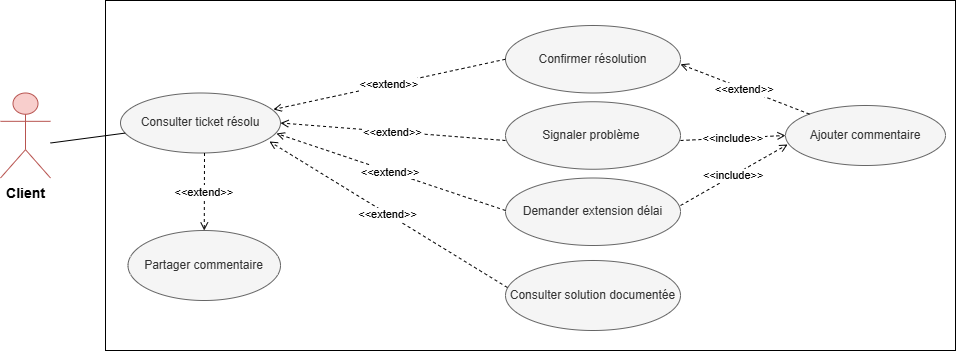
Above: Images/cloturer_ticket.png in rihab-dev/Rapport-PFE (draw.io), before the change. Source tidied: cells renumbered, new cells last; positions are measured from the earlier drawing's top-left corner, leaving out a move shared by most shapes.
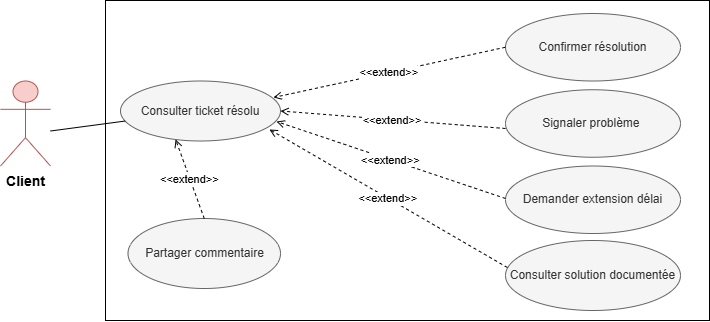
The same file after the commit.

Change to the diagram source:
```diff
@@ -8,55 +8,35 @@
     <mxCell id="3" value="Confirmer résolution" style="ellipse;whiteSpace=wrap;fillColor=#f5f5f5;fontColor=#333333;strokeColor=#666666;" parent="1" vertex="1">
       <mxGeometry x="505" y="25" width="175" height="67.5" as="geometry" />
     </mxCell>
-    <mxCell id="4" style="edgeStyle=none;endArrow=none;endFill=0;" parent="1" edge="1" target="2">
-      <mxGeometry relative="1" as="geometry">
-        <mxPoint x="50" y="142.5" as="sourcePoint" />
-      </mxGeometry>
-    </mxCell>
+    <mxCell id="20" style="edgeStyle=none;endArrow=none;endFill=0;" parent="1" edge="1" target="2">
+      <mxGeometry relative="1" as="geometry">
+        <mxPoint x="50" y="142.5" as="sourcePoint" />
+      </mxGeometry>
+    </mxCell>
     <mxCell id="5" value="&lt;&lt;extend&gt;&gt;" style="edgeStyle=none;dashed=1;endArrow=open;entryX=0.956;entryY=0.275;entryDx=0;entryDy=0;entryPerimeter=0;exitX=0;exitY=0.5;exitDx=0;exitDy=0;" parent="1" edge="1" source="3" target="2">
       <mxGeometry relative="1" as="geometry" />
     </mxCell>
     <mxCell id="6" value="&lt;font style=&quot;font-size: 14px;&quot;&gt;&lt;b style=&quot;&quot;&gt;Client&lt;/b&gt;&lt;/font&gt;" style="shape=umlActor;verticalLabelPosition=bottom;verticalAlign=top;html=1;fillColor=#f8cecc;strokeColor=#b85450;" parent="1" vertex="1">
       <mxGeometry y="92.5" width="50" height="85" as="geometry" />
     </mxCell>
-    <mxCell id="7" style="rounded=0;whiteSpace=wrap;html=1;fillColor=none;" parent="1" vertex="1">
-      <mxGeometry x="105" width="850" height="350" as="geometry" />
-    </mxCell>
+    <mxCell id="21" style="rounded=0;whiteSpace=wrap;html=1;fillColor=none;" parent="1" vertex="1">
+      <mxGeometry x="105" y="12" width="604" height="320" as="geometry" />
+    </mxCell>
     <mxCell id="8" value="Signaler problème " style="ellipse;whiteSpace=wrap;fillColor=#f5f5f5;fontColor=#333333;strokeColor=#666666;" parent="1" vertex="1">
       <mxGeometry x="505" y="101.2" width="175" height="67.5" as="geometry" />
     </mxCell>
     <mxCell id="9" value="Demander extension délai" style="ellipse;whiteSpace=wrap;fillColor=#f5f5f5;fontColor=#333333;strokeColor=#666666;" parent="1" vertex="1">
       <mxGeometry x="505" y="177.5" width="175" height="67.5" as="geometry" />
     </mxCell>
-    <mxCell id="10" value="Ajouter commentaire" style="ellipse;whiteSpace=wrap;fillColor=#f5f5f5;fontColor=#333333;strokeColor=#666666;" parent="1" vertex="1">
-      <mxGeometry x="785" y="105" width="160" height="60" as="geometry" />
-    </mxCell>
     <mxCell id="11" value="Consulter solution documentée" style="ellipse;whiteSpace=wrap;fillColor=#f5f5f5;fontColor=#333333;strokeColor=#666666;" parent="1" vertex="1">
-      <mxGeometry x="505" y="260" width="175" height="70" as="geometry" />
+      <mxGeometry x="505" y="252" width="175" height="70" as="geometry" />
     </mxCell>
     <mxCell id="12" value="Partager commentaire" style="ellipse;whiteSpace=wrap;fillColor=#f5f5f5;fontColor=#333333;strokeColor=#666666;" parent="1" vertex="1">
       <mxGeometry x="127.5" y="230" width="152.5" height="70" as="geometry" />
     </mxCell>
-    <mxCell id="13" value="&lt;&lt;extend&gt;&gt;" style="edgeStyle=none;dashed=1;endArrow=open;entryX=0.5;entryY=0;entryDx=0;entryDy=0;" parent="1" edge="1" target="12">
-      <mxGeometry relative="1" as="geometry">
-        <mxPoint x="204" y="152.5" as="sourcePoint" />
-      </mxGeometry>
-    </mxCell>
-    <mxCell id="14" value="&lt;&lt;include&gt;&gt;" style="edgeStyle=none;dashed=1;endArrow=open;entryX=0;entryY=0.5;entryDx=0;entryDy=0;exitX=1;exitY=0.5;exitDx=0;exitDy=0;" parent="1" edge="1" target="10">
-      <mxGeometry relative="1" as="geometry">
-        <mxPoint x="680" y="140" as="sourcePoint" />
-      </mxGeometry>
-    </mxCell>
-    <mxCell id="15" value="&lt;&lt;extend&gt;&gt;" style="edgeStyle=none;dashed=1;endArrow=open;entryX=0;entryY=0;entryDx=0;entryDy=0;" parent="1" edge="1" source="10">
-      <mxGeometry relative="1" as="geometry">
-        <mxPoint x="680" y="63.8" as="targetPoint" />
-      </mxGeometry>
-    </mxCell>
-    <mxCell id="16" value="&lt;&lt;include&gt;&gt;" style="edgeStyle=none;dashed=1;endArrow=open;entryX=0.013;entryY=0.65;entryDx=0;entryDy=0;exitX=1;exitY=0.5;exitDx=0;exitDy=0;entryPerimeter=0;" parent="1" edge="1" target="10">
-      <mxGeometry relative="1" as="geometry">
-        <mxPoint x="680" y="205" as="sourcePoint" />
-      </mxGeometry>
-    </mxCell>
+    <mxCell id="22" value="&lt;&lt;extend&gt;&gt;" style="edgeStyle=none;dashed=1;endArrow=open;entryX=0.116;entryY=0.434;entryDx=0;entryDy=0;entryPerimeter=0;exitX=0.5;exitY=0;exitDx=0;exitDy=0;" parent="1" edge="1" source="12" target="21">
+      <mxGeometry relative="1" as="geometry" />
+    </mxCell>
     <mxCell id="17" value="&lt;&lt;extend&gt;&gt;" style="edgeStyle=none;dashed=1;endArrow=open;entryX=1;entryY=0.5;entryDx=0;entryDy=0;exitX=0;exitY=0.5;exitDx=0;exitDy=0;" parent="1" edge="1" target="2">
       <mxGeometry relative="1" as="geometry">
         <mxPoint x="505" y="140" as="sourcePoint" />
```
